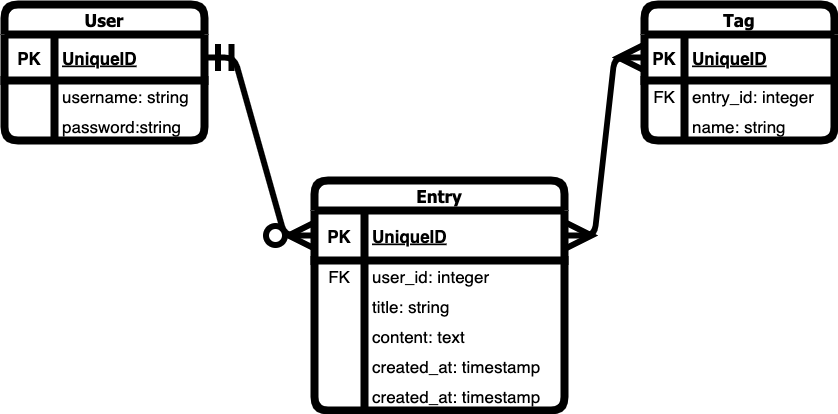
Above: ERD.drawio.png in juanedcabrera/project-2 (draw.io), before the change. Source tidied: cells renumbered, new cells last; positions are measured from the earlier drawing's top-left corner, leaving out a move shared by most shapes.
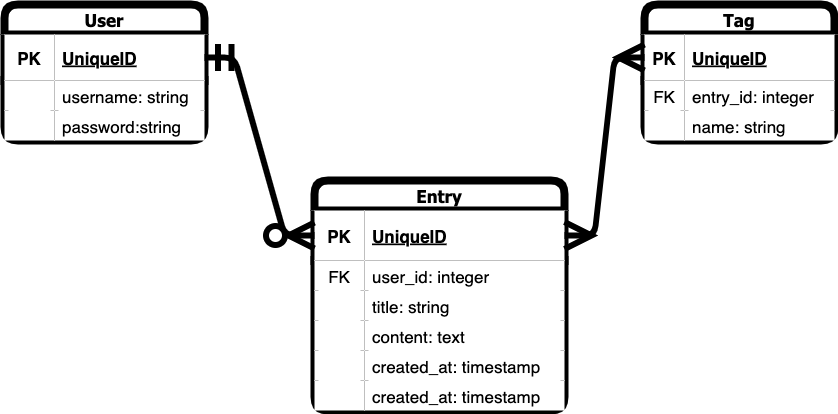
The same file after the commit.

What changed in the source:
```diff
@@ -8,28 +8,28 @@
     <mxCell id="3" style="shape=tableRow;horizontal=0;startSize=0;swimlaneHead=0;swimlaneBody=0;fillColor=none;points=[[0,0.5],[1,0.5]];portConstraint=eastwest;top=0;left=0;right=0;bottom=1;rounded=1;glass=0;strokeWidth=8;fontSize=17;" parent="2" vertex="1">
       <mxGeometry y="30" width="200" height="46" as="geometry" />
     </mxCell>
-    <mxCell id="4" value="PK" style="shape=partialRectangle;fillColor=none;top=0;left=0;bottom=0;right=0;fontStyle=1;overflow=hidden;rounded=1;glass=0;strokeWidth=8;fontSize=17;flipH=0;flipV=0;" parent="3" vertex="1">
+    <mxCell id="4" value="PK" style="shape=partialRectangle;fillColor=default;top=0;left=0;bottom=0;right=0;fontStyle=1;overflow=hidden;rounded=1;glass=0;strokeWidth=8;fontSize=17;flipH=0;flipV=0;" parent="3" vertex="1">
       <mxGeometry width="50" height="46" as="geometry" />
     </mxCell>
-    <mxCell id="5" value="UniqueID" style="shape=partialRectangle;fillColor=none;top=0;left=0;bottom=0;right=0;align=left;spacingLeft=6;fontStyle=5;overflow=hidden;rounded=1;glass=0;strokeWidth=8;fontSize=17;" parent="3" vertex="1">
+    <mxCell id="5" value="UniqueID" style="shape=partialRectangle;fillColor=default;top=0;left=0;bottom=0;right=0;align=left;spacingLeft=6;fontStyle=5;overflow=hidden;rounded=1;glass=0;strokeWidth=8;fontSize=17;" parent="3" vertex="1">
       <mxGeometry x="50" width="150" height="46" as="geometry" />
     </mxCell>
     <mxCell id="6" style="shape=tableRow;horizontal=0;startSize=0;swimlaneHead=0;swimlaneBody=0;fillColor=none;top=0;left=0;right=0;bottom=0;rounded=1;glass=0;strokeWidth=8;fontSize=17;" parent="2" vertex="1">
       <mxGeometry y="76" width="200" height="30" as="geometry" />
     </mxCell>
-    <mxCell id="7" style="shape=partialRectangle;fillColor=none;top=0;left=0;bottom=0;right=0;overflow=hidden;rounded=1;glass=0;strokeWidth=8;fontSize=17;flipH=0;flipV=0;" parent="6" vertex="1">
+    <mxCell id="7" style="shape=partialRectangle;fillColor=default;top=0;left=0;bottom=0;right=0;overflow=hidden;rounded=1;glass=0;strokeWidth=8;fontSize=17;flipH=0;flipV=0;" parent="6" vertex="1">
       <mxGeometry width="50" height="30" as="geometry" />
     </mxCell>
-    <mxCell id="8" value="username: string" style="shape=partialRectangle;fillColor=none;top=0;left=0;bottom=0;right=0;align=left;spacingLeft=6;overflow=hidden;rounded=1;glass=0;strokeWidth=8;fontSize=17;" parent="6" vertex="1">
+    <mxCell id="8" value="username: string" style="shape=partialRectangle;fillColor=default;top=0;left=0;bottom=0;right=0;align=left;spacingLeft=6;overflow=hidden;rounded=1;glass=0;strokeWidth=8;fontSize=17;" parent="6" vertex="1">
       <mxGeometry x="50" width="150" height="30" as="geometry" />
     </mxCell>
     <mxCell id="9" style="shape=tableRow;horizontal=0;startSize=0;swimlaneHead=0;swimlaneBody=0;fillColor=none;top=0;left=0;right=0;bottom=0;rounded=1;glass=0;strokeWidth=8;fontSize=17;" parent="2" vertex="1">
       <mxGeometry y="106" width="200" height="30" as="geometry" />
     </mxCell>
-    <mxCell id="10" style="shape=partialRectangle;fillColor=none;top=0;left=0;bottom=0;right=0;overflow=hidden;rounded=1;glass=0;strokeWidth=8;fontSize=17;flipH=0;flipV=0;" parent="9" vertex="1">
+    <mxCell id="10" style="shape=partialRectangle;fillColor=default;top=0;left=0;bottom=0;right=0;overflow=hidden;rounded=1;glass=0;strokeWidth=8;fontSize=17;flipH=0;flipV=0;" parent="9" vertex="1">
       <mxGeometry width="50" height="30" as="geometry" />
     </mxCell>
-    <mxCell id="11" value="password:string" style="shape=partialRectangle;fillColor=none;top=0;left=0;bottom=0;right=0;align=left;spacingLeft=6;overflow=hidden;rounded=1;glass=0;strokeWidth=8;fontSize=17;" parent="9" vertex="1">
+    <mxCell id="11" value="password:string" style="shape=partialRectangle;fillColor=default;top=0;left=0;bottom=0;right=0;align=left;spacingLeft=6;overflow=hidden;rounded=1;glass=0;strokeWidth=8;fontSize=17;" parent="9" vertex="1">
       <mxGeometry x="50" width="150" height="30" as="geometry" />
     </mxCell>
     <mxCell id="12" value="Entry" style="shape=table;startSize=30;rowLines=0;fontStyle=1;align=center;rounded=1;glass=0;strokeWidth=8;fontFamily=Tahoma;fontSize=17;flipH=0;flipV=0;direction=east;" parent="1" vertex="1">
@@ -38,55 +38,55 @@
     <mxCell id="13" style="shape=tableRow;horizontal=0;startSize=0;swimlaneHead=0;swimlaneBody=0;fillColor=none;points=[[0,0.5],[1,0.5]];portConstraint=eastwest;top=0;left=0;right=0;bottom=1;rounded=1;glass=0;strokeWidth=8;fontSize=17;" parent="12" vertex="1">
       <mxGeometry y="30" width="250" height="50" as="geometry" />
     </mxCell>
-    <mxCell id="14" value="PK" style="shape=partialRectangle;fillColor=none;top=0;left=0;bottom=0;right=0;fontStyle=1;overflow=hidden;rounded=1;glass=0;strokeWidth=8;fontSize=17;" parent="13" vertex="1">
+    <mxCell id="14" value="PK" style="shape=partialRectangle;fillColor=default;top=0;left=0;bottom=0;right=0;fontStyle=1;overflow=hidden;rounded=1;glass=0;strokeWidth=8;fontSize=17;" parent="13" vertex="1">
       <mxGeometry width="50" height="50" as="geometry" />
     </mxCell>
-    <mxCell id="15" value="UniqueID" style="shape=partialRectangle;fillColor=none;top=0;left=0;bottom=0;right=0;align=left;spacingLeft=6;fontStyle=5;overflow=hidden;rounded=1;glass=0;strokeWidth=8;fontSize=17;" parent="13" vertex="1">
+    <mxCell id="15" value="UniqueID" style="shape=partialRectangle;fillColor=default;top=0;left=0;bottom=0;right=0;align=left;spacingLeft=6;fontStyle=5;overflow=hidden;rounded=1;glass=0;strokeWidth=8;fontSize=17;" parent="13" vertex="1">
       <mxGeometry x="50" width="200" height="50" as="geometry" />
     </mxCell>
     <mxCell id="16" style="shape=tableRow;horizontal=0;startSize=0;swimlaneHead=0;swimlaneBody=0;fillColor=none;top=0;left=0;right=0;bottom=0;rounded=1;glass=0;strokeWidth=8;fontSize=17;" parent="12" vertex="1">
       <mxGeometry y="80" width="250" height="30" as="geometry" />
     </mxCell>
-    <mxCell id="17" value="FK" style="shape=partialRectangle;fillColor=none;top=0;left=0;bottom=0;right=0;overflow=hidden;rounded=1;glass=0;strokeWidth=8;fontSize=17;" parent="16" vertex="1">
+    <mxCell id="17" value="FK" style="shape=partialRectangle;fillColor=default;top=0;left=0;bottom=0;right=0;overflow=hidden;rounded=1;glass=0;strokeWidth=8;fontSize=17;" parent="16" vertex="1">
       <mxGeometry width="50" height="30" as="geometry" />
     </mxCell>
-    <mxCell id="18" value="user_id: integer" style="shape=partialRectangle;fillColor=none;top=0;left=0;bottom=0;right=0;align=left;spacingLeft=6;overflow=hidden;rounded=1;glass=0;strokeWidth=8;fontSize=17;" parent="16" vertex="1">
+    <mxCell id="18" value="user_id: integer" style="shape=partialRectangle;fillColor=default;top=0;left=0;bottom=0;right=0;align=left;spacingLeft=6;overflow=hidden;rounded=1;glass=0;strokeWidth=8;fontSize=17;" parent="16" vertex="1">
       <mxGeometry x="50" width="200" height="30" as="geometry" />
     </mxCell>
     <mxCell id="19" style="shape=tableRow;horizontal=0;startSize=0;swimlaneHead=0;swimlaneBody=0;fillColor=none;top=0;left=0;right=0;bottom=0;rounded=1;glass=0;strokeWidth=8;fontSize=17;" parent="12" vertex="1">
       <mxGeometry y="110" width="250" height="30" as="geometry" />
     </mxCell>
-    <mxCell id="20" style="shape=partialRectangle;fillColor=none;top=0;left=0;bottom=0;right=0;overflow=hidden;rounded=1;glass=0;strokeWidth=8;fontSize=17;" parent="19" vertex="1">
+    <mxCell id="20" style="shape=partialRectangle;fillColor=default;top=0;left=0;bottom=0;right=0;overflow=hidden;rounded=1;glass=0;strokeWidth=8;fontSize=17;" parent="19" vertex="1">
       <mxGeometry width="50" height="30" as="geometry" />
     </mxCell>
-    <mxCell id="21" value="title: string" style="shape=partialRectangle;fillColor=none;top=0;left=0;bottom=0;right=0;align=left;spacingLeft=6;overflow=hidden;rounded=1;glass=0;strokeWidth=8;fontSize=17;" parent="19" vertex="1">
+    <mxCell id="21" value="title: string" style="shape=partialRectangle;fillColor=default;top=0;left=0;bottom=0;right=0;align=left;spacingLeft=6;overflow=hidden;rounded=1;glass=0;strokeWidth=8;fontSize=17;" parent="19" vertex="1">
       <mxGeometry x="50" width="200" height="30" as="geometry" />
     </mxCell>
     <mxCell id="22" style="shape=tableRow;horizontal=0;startSize=0;swimlaneHead=0;swimlaneBody=0;fillColor=none;top=0;left=0;right=0;bottom=0;rounded=1;glass=0;strokeWidth=8;fontSize=17;" parent="12" vertex="1">
       <mxGeometry y="140" width="250" height="30" as="geometry" />
     </mxCell>
-    <mxCell id="23" style="shape=partialRectangle;fillColor=none;top=0;left=0;bottom=0;right=0;overflow=hidden;rounded=1;glass=0;strokeWidth=8;fontSize=17;" parent="22" vertex="1">
+    <mxCell id="23" style="shape=partialRectangle;fillColor=default;top=0;left=0;bottom=0;right=0;overflow=hidden;rounded=1;glass=0;strokeWidth=8;fontSize=17;" parent="22" vertex="1">
       <mxGeometry width="50" height="30" as="geometry" />
     </mxCell>
-    <mxCell id="24" value="content: text" style="shape=partialRectangle;fillColor=none;top=0;left=0;bottom=0;right=0;align=left;spacingLeft=6;overflow=hidden;rounded=1;glass=0;strokeWidth=8;fontSize=17;" parent="22" vertex="1">
+    <mxCell id="24" value="content: text" style="shape=partialRectangle;fillColor=default;top=0;left=0;bottom=0;right=0;align=left;spacingLeft=6;overflow=hidden;rounded=1;glass=0;strokeWidth=8;fontSize=17;" parent="22" vertex="1">
       <mxGeometry x="50" width="200" height="30" as="geometry" />
     </mxCell>
     <mxCell id="25" style="shape=tableRow;horizontal=0;startSize=0;swimlaneHead=0;swimlaneBody=0;fillColor=none;top=0;left=0;right=0;bottom=0;rounded=1;glass=0;strokeWidth=8;fontSize=17;" parent="12" vertex="1">
       <mxGeometry y="170" width="250" height="30" as="geometry" />
     </mxCell>
-    <mxCell id="26" style="shape=partialRectangle;fillColor=none;top=0;left=0;bottom=0;right=0;overflow=hidden;rounded=1;glass=0;strokeWidth=8;fontSize=17;" parent="25" vertex="1">
+    <mxCell id="26" style="shape=partialRectangle;fillColor=default;top=0;left=0;bottom=0;right=0;overflow=hidden;rounded=1;glass=0;strokeWidth=8;fontSize=17;" parent="25" vertex="1">
       <mxGeometry width="50" height="30" as="geometry" />
     </mxCell>
-    <mxCell id="27" value="created_at: timestamp" style="shape=partialRectangle;fillColor=none;top=0;left=0;bottom=0;right=0;align=left;spacingLeft=6;overflow=hidden;rounded=1;glass=0;strokeWidth=8;fontSize=17;" parent="25" vertex="1">
+    <mxCell id="27" value="created_at: timestamp" style="shape=partialRectangle;fillColor=default;top=0;left=0;bottom=0;right=0;align=left;spacingLeft=6;overflow=hidden;rounded=1;glass=0;strokeWidth=8;fontSize=17;" parent="25" vertex="1">
       <mxGeometry x="50" width="200" height="30" as="geometry" />
     </mxCell>
     <mxCell id="28" style="shape=tableRow;horizontal=0;startSize=0;swimlaneHead=0;swimlaneBody=0;fillColor=none;top=0;left=0;right=0;bottom=0;rounded=1;glass=0;strokeWidth=8;fontSize=17;" parent="12" vertex="1">
       <mxGeometry y="200" width="250" height="30" as="geometry" />
     </mxCell>
-    <mxCell id="29" style="shape=partialRectangle;fillColor=none;top=0;left=0;bottom=0;right=0;overflow=hidden;rounded=1;glass=0;strokeWidth=8;fontSize=17;" parent="28" vertex="1">
+    <mxCell id="29" style="shape=partialRectangle;fillColor=default;top=0;left=0;bottom=0;right=0;overflow=hidden;rounded=1;glass=0;strokeWidth=8;fontSize=17;" parent="28" vertex="1">
       <mxGeometry width="50" height="30" as="geometry" />
     </mxCell>
-    <mxCell id="30" value="created_at: timestamp" style="shape=partialRectangle;fillColor=none;top=0;left=0;bottom=0;right=0;align=left;spacingLeft=6;overflow=hidden;rounded=1;glass=0;strokeWidth=8;fontSize=17;" parent="28" vertex="1">
+    <mxCell id="30" value="created_at: timestamp" style="shape=partialRectangle;fillColor=default;top=0;left=0;bottom=0;right=0;align=left;spacingLeft=6;overflow=hidden;rounded=1;glass=0;strokeWidth=8;fontSize=17;" parent="28" vertex="1">
       <mxGeometry x="50" width="200" height="30" as="geometry" />
     </mxCell>
     <mxCell id="31" value="Tag" style="shape=table;startSize=30;rowLines=0;fontStyle=1;align=center;rounded=1;glass=0;strokeWidth=8;fontFamily=Tahoma;fontSize=17;flipV=0;flipH=0;direction=east;" parent="1" vertex="1">
@@ -95,28 +95,28 @@
     <mxCell id="32" style="shape=tableRow;horizontal=0;startSize=0;swimlaneHead=0;swimlaneBody=0;fillColor=none;points=[[0,0.5],[1,0.5]];portConstraint=eastwest;top=0;left=0;right=0;bottom=1;rounded=1;glass=0;strokeWidth=8;fontSize=17;" parent="31" vertex="1">
       <mxGeometry y="30" width="190" height="46" as="geometry" />
     </mxCell>
-    <mxCell id="33" value="PK" style="shape=partialRectangle;fillColor=none;top=0;left=0;bottom=0;right=0;fontStyle=1;overflow=hidden;rounded=1;glass=0;strokeWidth=8;fontSize=17;" parent="32" vertex="1">
+    <mxCell id="33" value="PK" style="shape=partialRectangle;fillColor=default;top=0;left=0;bottom=0;right=0;fontStyle=1;overflow=hidden;rounded=1;glass=0;strokeWidth=8;fontSize=17;" parent="32" vertex="1">
       <mxGeometry width="40" height="46" as="geometry" />
     </mxCell>
-    <mxCell id="34" value="UniqueID" style="shape=partialRectangle;fillColor=none;top=0;left=0;bottom=0;right=0;align=left;spacingLeft=6;fontStyle=5;overflow=hidden;rounded=1;glass=0;strokeWidth=8;fontSize=17;flipH=0;flipV=0;" parent="32" vertex="1">
+    <mxCell id="34" value="UniqueID" style="shape=partialRectangle;fillColor=default;top=0;left=0;bottom=0;right=0;align=left;spacingLeft=6;fontStyle=5;overflow=hidden;rounded=1;glass=0;strokeWidth=8;fontSize=17;flipH=0;flipV=0;" parent="32" vertex="1">
       <mxGeometry x="40" width="150" height="46" as="geometry" />
     </mxCell>
     <mxCell id="35" style="shape=tableRow;horizontal=0;startSize=0;swimlaneHead=0;swimlaneBody=0;fillColor=none;top=0;left=0;right=0;bottom=0;rounded=1;glass=0;strokeWidth=8;fontSize=17;" parent="31" vertex="1">
       <mxGeometry y="76" width="190" height="30" as="geometry" />
     </mxCell>
-    <mxCell id="36" value="FK" style="shape=partialRectangle;fillColor=none;top=0;left=0;bottom=0;right=0;overflow=hidden;rounded=1;glass=0;strokeWidth=8;fontSize=17;" parent="35" vertex="1">
+    <mxCell id="36" value="FK" style="shape=partialRectangle;fillColor=default;top=0;left=0;bottom=0;right=0;overflow=hidden;rounded=1;glass=0;strokeWidth=8;fontSize=17;" parent="35" vertex="1">
       <mxGeometry width="40" height="30" as="geometry" />
     </mxCell>
-    <mxCell id="37" value="entry_id: integer" style="shape=partialRectangle;fillColor=none;top=0;left=0;bottom=0;right=0;align=left;spacingLeft=6;overflow=hidden;rounded=1;glass=0;strokeWidth=8;fontSize=17;flipH=0;flipV=0;" parent="35" vertex="1">
+    <mxCell id="37" value="entry_id: integer" style="shape=partialRectangle;fillColor=default;top=0;left=0;bottom=0;right=0;align=left;spacingLeft=6;overflow=hidden;rounded=1;glass=0;strokeWidth=8;fontSize=17;flipH=0;flipV=0;" parent="35" vertex="1">
       <mxGeometry x="40" width="150" height="30" as="geometry" />
     </mxCell>
     <mxCell id="38" style="shape=tableRow;horizontal=0;startSize=0;swimlaneHead=0;swimlaneBody=0;fillColor=none;top=0;left=0;right=0;bottom=0;rounded=1;glass=0;strokeWidth=8;fontSize=17;" parent="31" vertex="1">
       <mxGeometry y="106" width="190" height="30" as="geometry" />
     </mxCell>
-    <mxCell id="39" style="shape=partialRectangle;fillColor=none;top=0;left=0;bottom=0;right=0;overflow=hidden;rounded=1;glass=0;strokeWidth=8;fontSize=17;" parent="38" vertex="1">
+    <mxCell id="39" style="shape=partialRectangle;fillColor=default;top=0;left=0;bottom=0;right=0;overflow=hidden;rounded=1;glass=0;strokeWidth=8;fontSize=17;" parent="38" vertex="1">
       <mxGeometry width="40" height="30" as="geometry" />
     </mxCell>
-    <mxCell id="40" value="name: string" style="shape=partialRectangle;fillColor=none;top=0;left=0;bottom=0;right=0;align=left;spacingLeft=6;overflow=hidden;rounded=1;glass=0;strokeWidth=8;fontSize=17;flipH=0;flipV=0;" parent="38" vertex="1">
+    <mxCell id="40" value="name: string" style="shape=partialRectangle;fillColor=default;top=0;left=0;bottom=0;right=0;align=left;spacingLeft=6;overflow=hidden;rounded=1;glass=0;strokeWidth=8;fontSize=17;flipH=0;flipV=0;" parent="38" vertex="1">
       <mxGeometry x="40" width="150" height="30" as="geometry" />
     </mxCell>
     <mxCell id="41" style="edgeStyle=entityRelationEdgeStyle;fontSize=17;html=1;endArrow=ERmany;startArrow=ERmany;strokeWidth=6;startSize=20;endSize=19;exitX=1;exitY=0.5;exitDx=0;exitDy=0;entryX=0;entryY=0.5;entryDx=0;entryDy=0;" parent="1" edge="1" source="13" target="32">
```
